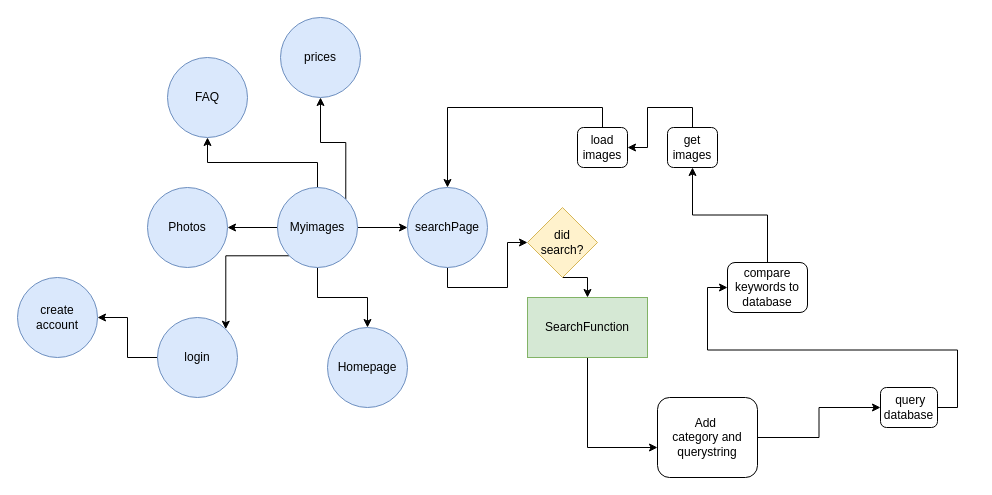
JoakimSP/my-images keeps this draw.io diagram as flowChart.drawio. Above is the earlier version. Source tidied: cells renumbered, new cells numbered last; positions are measured from the earlier drawing's top-left corner, leaving out a move shared by most shapes. Both pictures are drawn from the tidied source at 100%, with x=0, y=0 at pixel (17, 17).
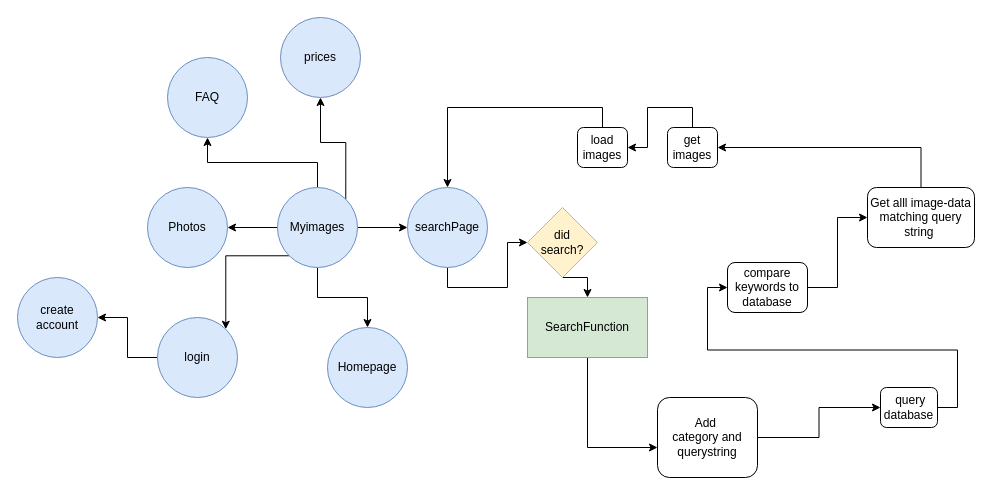
Above is the later version.

Unchanged cells that the change refers to:
```xml
<mxCell id="23" value="compare keywords to database" style="rounded=1;whiteSpace=wrap;html=1;" parent="1" vertex="1">
  <mxGeometry x="710" y="245" width="80" height="50" as="geometry" />
</mxCell>
<mxCell id="27" value="get&lt;br&gt;images" style="rounded=1;whiteSpace=wrap;html=1;" parent="1" vertex="1">
  <mxGeometry x="650" y="110" width="50" height="40" as="geometry" />
</mxCell>
```

The edit, as a diff of the source:
```diff
@@
-    <mxCell id="22" style="edgeStyle=orthogonalEdgeStyle;rounded=0;jettySize=auto;html=1;exitX=0.5;exitY=0;exitDx=0;exitDy=0;entryX=0.5;entryY=1;entryDx=0;entryDy=0;" parent="1" edge="1" source="23" target="27">
-      <mxGeometry relative="1" as="geometry" />
-    </mxCell>
+    <mxCell id="32" style="edgeStyle=orthogonalEdgeStyle;rounded=0;jettySize=auto;html=1;exitX=1;exitY=0.5;exitDx=0;exitDy=0;entryX=0;entryY=0.5;entryDx=0;entryDy=0;" parent="1" edge="1" source="23" target="34">
+      <mxGeometry relative="1" as="geometry" />
+    </mxCell>
@@
+    <mxCell id="33" style="edgeStyle=orthogonalEdgeStyle;rounded=0;jettySize=auto;html=1;exitX=0.5;exitY=0;exitDx=0;exitDy=0;entryX=1;entryY=0.5;entryDx=0;entryDy=0;" parent="1" edge="1" source="34" target="27">
+      <mxGeometry relative="1" as="geometry" />
+    </mxCell>
+    <mxCell id="34" value="Get alll image-data matching query string&amp;nbsp;" style="rounded=1;whiteSpace=wrap;html=1;" parent="1" vertex="1">
+      <mxGeometry x="850" y="170" width="107" height="60" as="geometry" />
+    </mxCell>
```
